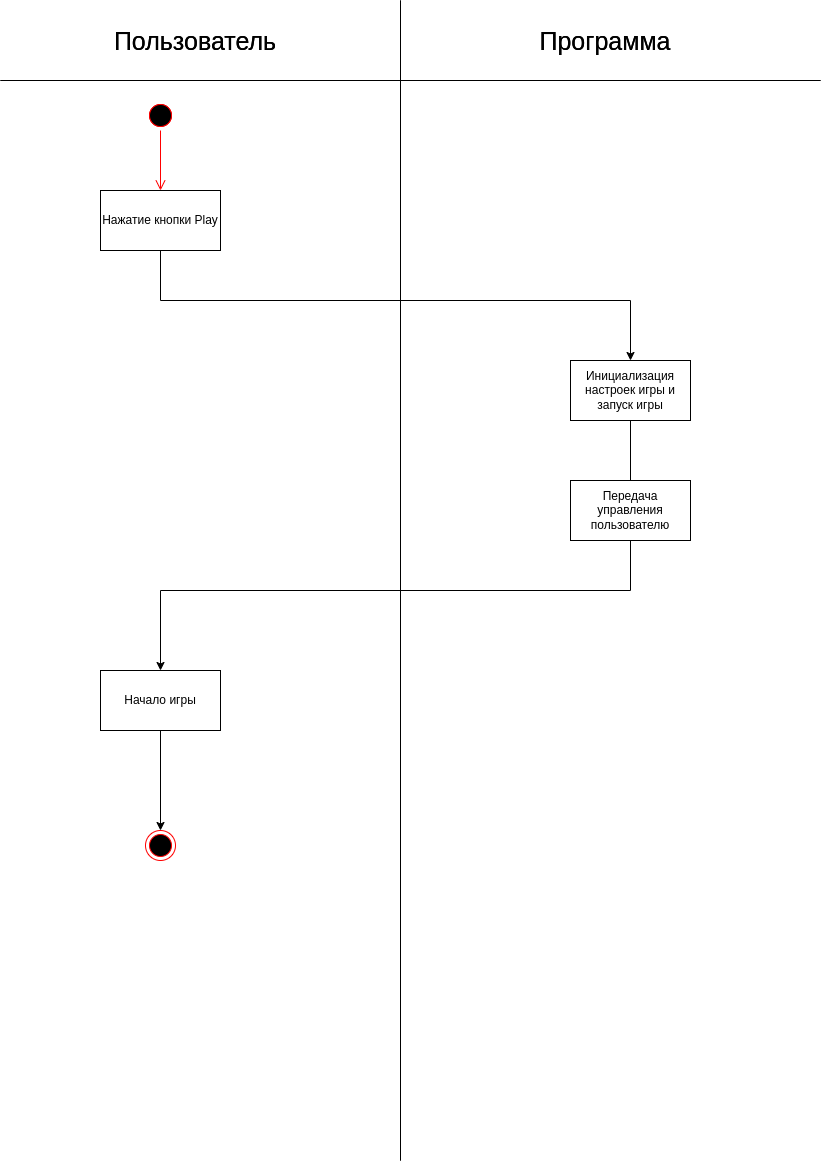
This is act_diagr/Start_Game.png from postavtezachet/TRIPTO2, a draw.io export, as it was before one commit. Source tidied: cells renumbered, new cells last; positions are measured from the earlier drawing's top-left corner, leaving out a move shared by most shapes. Its diagram source:
```xml
<mxGraphModel>
  <root>
    <mxCell id="0" />
    <mxCell id="1" parent="0" />
    <mxCell id="2" style="endArrow=none;html=1;" parent="1" edge="1">
      <mxGeometry relative="1" as="geometry">
        <mxPoint y="80" as="sourcePoint" />
        <mxPoint x="820" y="80" as="targetPoint" />
      </mxGeometry>
    </mxCell>
    <mxCell id="3" style="endArrow=none;html=1;" parent="1" edge="1">
      <mxGeometry relative="1" as="geometry">
        <mxPoint x="400" as="sourcePoint" />
        <mxPoint x="400" y="1160" as="targetPoint" />
      </mxGeometry>
    </mxCell>
    <mxCell id="4" value="&lt;font style=&quot;font-size: 25px&quot;&gt;Пользователь&lt;/font&gt;" style="text;html=1;strokeColor=none;fillColor=none;align=center;verticalAlign=middle;whiteSpace=wrap;rounded=0;" parent="1" vertex="1">
      <mxGeometry width="390" height="80" as="geometry" />
    </mxCell>
    <mxCell id="5" value="&lt;font style=&quot;font-size: 25px&quot;&gt;Программа&lt;/font&gt;" style="text;html=1;strokeColor=none;fillColor=none;align=center;verticalAlign=middle;whiteSpace=wrap;rounded=0;" parent="1" vertex="1">
      <mxGeometry x="410" width="390" height="80" as="geometry" />
    </mxCell>
    <mxCell id="6" value="Нажатие кнопки Play" style="rounded=0;whiteSpace=wrap;html=1;" parent="1" vertex="1">
      <mxGeometry x="100" y="190" width="120" height="60" as="geometry" />
    </mxCell>
    <mxCell id="7" style="endArrow=none;html=1;entryX=0.5;entryY=1;entryDx=0;entryDy=0;" parent="1" edge="1" target="6">
      <mxGeometry relative="1" as="geometry">
        <mxPoint x="160" y="300" as="sourcePoint" />
      </mxGeometry>
    </mxCell>
    <mxCell id="8" style="endArrow=none;html=1;" parent="1" edge="1">
      <mxGeometry relative="1" as="geometry">
        <mxPoint x="160" y="300" as="sourcePoint" />
        <mxPoint x="630" y="300" as="targetPoint" />
      </mxGeometry>
    </mxCell>
    <mxCell id="9" value="Инициализация настроек игры и запуск игры" style="rounded=0;whiteSpace=wrap;html=1;fillColor=none;" parent="1" vertex="1">
      <mxGeometry x="570" y="360" width="120" height="60" as="geometry" />
    </mxCell>
    <mxCell id="10" style="endArrow=classic;html=1;entryX=0.5;entryY=0;entryDx=0;entryDy=0;" parent="1" edge="1" target="9">
      <mxGeometry relative="1" as="geometry">
        <mxPoint x="630" y="300" as="sourcePoint" />
      </mxGeometry>
    </mxCell>
    <mxCell id="11" style="endArrow=none;html=1;entryX=0.5;entryY=1;entryDx=0;entryDy=0;" parent="1" edge="1" target="9">
      <mxGeometry relative="1" as="geometry">
        <mxPoint x="630" y="480" as="sourcePoint" />
      </mxGeometry>
    </mxCell>
    <mxCell id="12" value="Начало игры" style="rounded=0;whiteSpace=wrap;html=1;" parent="1" vertex="1">
      <mxGeometry x="100" y="670" width="120" height="60" as="geometry" />
    </mxCell>
    <mxCell id="13" value="Передача управления пользователю" style="rounded=0;whiteSpace=wrap;html=1;fillColor=none;" parent="1" vertex="1">
      <mxGeometry x="570" y="480" width="120" height="60" as="geometry" />
    </mxCell>
    <mxCell id="14" style="endArrow=none;html=1;entryX=0.5;entryY=1;entryDx=0;entryDy=0;" parent="1" edge="1" target="13">
      <mxGeometry relative="1" as="geometry">
        <mxPoint x="630" y="590" as="sourcePoint" />
      </mxGeometry>
    </mxCell>
    <mxCell id="15" style="endArrow=none;html=1;" parent="1" edge="1">
      <mxGeometry relative="1" as="geometry">
        <mxPoint x="160" y="590" as="sourcePoint" />
        <mxPoint x="630" y="590" as="targetPoint" />
      </mxGeometry>
    </mxCell>
    <mxCell id="16" style="endArrow=classic;html=1;entryX=0.5;entryY=0;entryDx=0;entryDy=0;" parent="1" edge="1" target="12">
      <mxGeometry relative="1" as="geometry">
        <mxPoint x="160" y="590" as="sourcePoint" />
      </mxGeometry>
    </mxCell>
    <mxCell id="17" style="endArrow=classic;html=1;exitX=0.5;exitY=1;exitDx=0;exitDy=0;entryX=0.5;entryY=0;entryDx=0;entryDy=0;" parent="1" edge="1" source="12">
      <mxGeometry relative="1" as="geometry">
        <mxPoint x="160" y="830" as="targetPoint" />
      </mxGeometry>
    </mxCell>
    <mxCell id="18" style="ellipse;html=1;shape=startState;fillColor=#000000;strokeColor=#ff0000;" parent="1" vertex="1">
      <mxGeometry x="145" y="100" width="30" height="30" as="geometry" />
    </mxCell>
    <mxCell id="19" style="edgeStyle=orthogonalEdgeStyle;html=1;verticalAlign=bottom;endArrow=open;endSize=8;strokeColor=#ff0000;" parent="1" edge="1" source="18">
      <mxGeometry relative="1" as="geometry">
        <mxPoint x="160" y="190" as="targetPoint" />
      </mxGeometry>
    </mxCell>
    <mxCell id="20" style="ellipse;html=1;shape=endState;fillColor=#000000;strokeColor=#ff0000;" parent="1" vertex="1">
      <mxGeometry x="145" y="830" width="30" height="30" as="geometry" />
    </mxCell>
    <mxCell id="21" style="endArrow=none;html=1;" parent="1" edge="1">
      <mxGeometry relative="1" as="geometry">
        <mxPoint y="80" as="sourcePoint" />
        <mxPoint x="820" y="80" as="targetPoint" />
      </mxGeometry>
    </mxCell>
    <mxCell id="22" value="&lt;font style=&quot;font-size: 25px&quot;&gt;Пользователь&lt;/font&gt;" style="text;html=1;strokeColor=none;fillColor=none;align=center;verticalAlign=middle;whiteSpace=wrap;rounded=0;" parent="1" vertex="1">
      <mxGeometry width="390" height="80" as="geometry" />
    </mxCell>
    <mxCell id="23" value="&lt;font style=&quot;font-size: 25px&quot;&gt;Программа&lt;/font&gt;" style="text;html=1;strokeColor=none;fillColor=none;align=center;verticalAlign=middle;whiteSpace=wrap;rounded=0;" parent="1" vertex="1">
      <mxGeometry x="410" width="390" height="80" as="geometry" />
    </mxCell>
    <mxCell id="24" style="endArrow=none;html=1;" parent="1" edge="1">
      <mxGeometry relative="1" as="geometry">
        <mxPoint x="400" as="sourcePoint" />
        <mxPoint x="400" y="1160" as="targetPoint" />
      </mxGeometry>
    </mxCell>
    <mxCell id="25" style="ellipse;html=1;shape=startState;fillColor=#000000;strokeColor=#ff0000;" parent="1" vertex="1">
      <mxGeometry x="145" y="100" width="30" height="30" as="geometry" />
    </mxCell>
  </root>
</mxGraphModel>
```
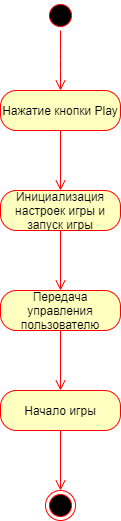
Later version of the same file.

Change to the diagram source:
```diff
@@ -2,109 +2,52 @@
   <root>
     <mxCell id="0" />
     <mxCell id="1" parent="0" />
-    <mxCell id="2" style="endArrow=none;html=1;" parent="1" edge="1">
-      <mxGeometry relative="1" as="geometry">
-        <mxPoint y="80" as="sourcePoint" />
-        <mxPoint x="820" y="80" as="targetPoint" />
-      </mxGeometry>
-    </mxCell>
-    <mxCell id="3" style="endArrow=none;html=1;" parent="1" edge="1">
-      <mxGeometry relative="1" as="geometry">
-        <mxPoint x="400" as="sourcePoint" />
-        <mxPoint x="400" y="1160" as="targetPoint" />
-      </mxGeometry>
-    </mxCell>
-    <mxCell id="4" value="&lt;font style=&quot;font-size: 25px&quot;&gt;Пользователь&lt;/font&gt;" style="text;html=1;strokeColor=none;fillColor=none;align=center;verticalAlign=middle;whiteSpace=wrap;rounded=0;" parent="1" vertex="1">
-      <mxGeometry width="390" height="80" as="geometry" />
-    </mxCell>
-    <mxCell id="5" value="&lt;font style=&quot;font-size: 25px&quot;&gt;Программа&lt;/font&gt;" style="text;html=1;strokeColor=none;fillColor=none;align=center;verticalAlign=middle;whiteSpace=wrap;rounded=0;" parent="1" vertex="1">
-      <mxGeometry x="410" width="390" height="80" as="geometry" />
-    </mxCell>
+    <mxCell id="26" style="ellipse;html=1;shape=startState;fillColor=#000000;strokeColor=#ff0000;" parent="1" vertex="1">
+      <mxGeometry x="384" y="70" width="30" height="30" as="geometry" />
+    </mxCell>
+    <mxCell id="27" style="edgeStyle=orthogonalEdgeStyle;html=1;verticalAlign=bottom;endArrow=open;endSize=8;strokeColor=#ff0000;" parent="1" edge="1" source="26">
+      <mxGeometry relative="1" as="geometry">
+        <mxPoint x="399" y="160" as="targetPoint" />
+        <Array as="points">
+          <mxPoint x="399" y="130" />
+          <mxPoint x="399" y="130" />
+        </Array>
+      </mxGeometry>
+    </mxCell>
-    <mxCell id="6" value="Нажатие кнопки Play" style="rounded=0;whiteSpace=wrap;html=1;" parent="1" vertex="1">
-      <mxGeometry x="100" y="190" width="120" height="60" as="geometry" />
+    <mxCell id="6" value="Нажатие кнопки Play" style="rounded=1;whiteSpace=wrap;html=1;arcSize=40;fontColor=#000000;fillColor=#ffffc0;strokeColor=#ff0000;" parent="1" vertex="1">
+      <mxGeometry x="339" y="160" width="120" height="40" as="geometry" />
     </mxCell>
-    <mxCell id="7" style="endArrow=none;html=1;entryX=0.5;entryY=1;entryDx=0;entryDy=0;" parent="1" edge="1" target="6">
-      <mxGeometry relative="1" as="geometry">
-        <mxPoint x="160" y="300" as="sourcePoint" />
-      </mxGeometry>
-    </mxCell>
-    <mxCell id="8" style="endArrow=none;html=1;" parent="1" edge="1">
-      <mxGeometry relative="1" as="geometry">
-        <mxPoint x="160" y="300" as="sourcePoint" />
-        <mxPoint x="630" y="300" as="targetPoint" />
-      </mxGeometry>
-    </mxCell>
+    <mxCell id="28" style="edgeStyle=orthogonalEdgeStyle;html=1;verticalAlign=bottom;endArrow=open;endSize=8;strokeColor=#ff0000;" parent="1" edge="1" source="6">
+      <mxGeometry relative="1" as="geometry">
+        <mxPoint x="399" y="260" as="targetPoint" />
+      </mxGeometry>
+    </mxCell>
-    <mxCell id="9" value="Инициализация настроек игры и запуск игры" style="rounded=0;whiteSpace=wrap;html=1;fillColor=none;" parent="1" vertex="1">
-      <mxGeometry x="570" y="360" width="120" height="60" as="geometry" />
+    <mxCell id="9" value="Инициализация настроек игры и запуск игры" style="rounded=1;whiteSpace=wrap;html=1;arcSize=40;fontColor=#000000;fillColor=#ffffc0;strokeColor=#ff0000;" parent="1" vertex="1">
+      <mxGeometry x="339" y="260" width="120" height="40" as="geometry" />
     </mxCell>
-    <mxCell id="10" style="endArrow=classic;html=1;entryX=0.5;entryY=0;entryDx=0;entryDy=0;" parent="1" edge="1" target="9">
-      <mxGeometry relative="1" as="geometry">
-        <mxPoint x="630" y="300" as="sourcePoint" />
-      </mxGeometry>
-    </mxCell>
-    <mxCell id="11" style="endArrow=none;html=1;entryX=0.5;entryY=1;entryDx=0;entryDy=0;" parent="1" edge="1" target="9">
-      <mxGeometry relative="1" as="geometry">
-        <mxPoint x="630" y="480" as="sourcePoint" />
-      </mxGeometry>
-    </mxCell>
+    <mxCell id="29" style="edgeStyle=orthogonalEdgeStyle;html=1;verticalAlign=bottom;endArrow=open;endSize=8;strokeColor=#ff0000;" parent="1" edge="1" source="9">
+      <mxGeometry relative="1" as="geometry">
+        <mxPoint x="399" y="360" as="targetPoint" />
+      </mxGeometry>
+    </mxCell>
+    <mxCell id="13" value="Передача управления пользователю" style="rounded=1;whiteSpace=wrap;html=1;arcSize=40;fontColor=#000000;fillColor=#ffffc0;strokeColor=#ff0000;" parent="1" vertex="1">
+      <mxGeometry x="339" y="360" width="120" height="40" as="geometry" />
+    </mxCell>
+    <mxCell id="30" style="edgeStyle=orthogonalEdgeStyle;html=1;verticalAlign=bottom;endArrow=open;endSize=8;strokeColor=#ff0000;" parent="1" edge="1" source="13">
+      <mxGeometry relative="1" as="geometry">
+        <mxPoint x="399" y="460" as="targetPoint" />
+      </mxGeometry>
+    </mxCell>
-    <mxCell id="12" value="Начало игры" style="rounded=0;whiteSpace=wrap;html=1;" parent="1" vertex="1">
-      <mxGeometry x="100" y="670" width="120" height="60" as="geometry" />
+    <mxCell id="12" value="Начало игры" style="rounded=1;whiteSpace=wrap;html=1;arcSize=40;fontColor=#000000;fillColor=#ffffc0;strokeColor=#ff0000;" parent="1" vertex="1">
+      <mxGeometry x="339" y="460" width="120" height="40" as="geometry" />
     </mxCell>
-    <mxCell id="13" value="Передача управления пользователю" style="rounded=0;whiteSpace=wrap;html=1;fillColor=none;" parent="1" vertex="1">
-      <mxGeometry x="570" y="480" width="120" height="60" as="geometry" />
-    </mxCell>
-    <mxCell id="14" style="endArrow=none;html=1;entryX=0.5;entryY=1;entryDx=0;entryDy=0;" parent="1" edge="1" target="13">
-      <mxGeometry relative="1" as="geometry">
-        <mxPoint x="630" y="590" as="sourcePoint" />
-      </mxGeometry>
-    </mxCell>
-    <mxCell id="15" style="endArrow=none;html=1;" parent="1" edge="1">
-      <mxGeometry relative="1" as="geometry">
-        <mxPoint x="160" y="590" as="sourcePoint" />
-        <mxPoint x="630" y="590" as="targetPoint" />
-      </mxGeometry>
-    </mxCell>
-    <mxCell id="16" style="endArrow=classic;html=1;entryX=0.5;entryY=0;entryDx=0;entryDy=0;" parent="1" edge="1" target="12">
-      <mxGeometry relative="1" as="geometry">
-        <mxPoint x="160" y="590" as="sourcePoint" />
-      </mxGeometry>
-    </mxCell>
-    <mxCell id="17" style="endArrow=classic;html=1;exitX=0.5;exitY=1;exitDx=0;exitDy=0;entryX=0.5;entryY=0;entryDx=0;entryDy=0;" parent="1" edge="1" source="12">
-      <mxGeometry relative="1" as="geometry">
-        <mxPoint x="160" y="830" as="targetPoint" />
-      </mxGeometry>
-    </mxCell>
-    <mxCell id="18" style="ellipse;html=1;shape=startState;fillColor=#000000;strokeColor=#ff0000;" parent="1" vertex="1">
-      <mxGeometry x="145" y="100" width="30" height="30" as="geometry" />
-    </mxCell>
-    <mxCell id="19" style="edgeStyle=orthogonalEdgeStyle;html=1;verticalAlign=bottom;endArrow=open;endSize=8;strokeColor=#ff0000;" parent="1" edge="1" source="18">
-      <mxGeometry relative="1" as="geometry">
-        <mxPoint x="160" y="190" as="targetPoint" />
-      </mxGeometry>
-    </mxCell>
-    <mxCell id="20" style="ellipse;html=1;shape=endState;fillColor=#000000;strokeColor=#ff0000;" parent="1" vertex="1">
-      <mxGeometry x="145" y="830" width="30" height="30" as="geometry" />
-    </mxCell>
-    <mxCell id="21" style="endArrow=none;html=1;" parent="1" edge="1">
-      <mxGeometry relative="1" as="geometry">
-        <mxPoint y="80" as="sourcePoint" />
-        <mxPoint x="820" y="80" as="targetPoint" />
-      </mxGeometry>
-    </mxCell>
-    <mxCell id="22" value="&lt;font style=&quot;font-size: 25px&quot;&gt;Пользователь&lt;/font&gt;" style="text;html=1;strokeColor=none;fillColor=none;align=center;verticalAlign=middle;whiteSpace=wrap;rounded=0;" parent="1" vertex="1">
-      <mxGeometry width="390" height="80" as="geometry" />
-    </mxCell>
-    <mxCell id="23" value="&lt;font style=&quot;font-size: 25px&quot;&gt;Программа&lt;/font&gt;" style="text;html=1;strokeColor=none;fillColor=none;align=center;verticalAlign=middle;whiteSpace=wrap;rounded=0;" parent="1" vertex="1">
-      <mxGeometry x="410" width="390" height="80" as="geometry" />
-    </mxCell>
-    <mxCell id="24" style="endArrow=none;html=1;" parent="1" edge="1">
-      <mxGeometry relative="1" as="geometry">
-        <mxPoint x="400" as="sourcePoint" />
-        <mxPoint x="400" y="1160" as="targetPoint" />
-      </mxGeometry>
-    </mxCell>
-    <mxCell id="25" style="ellipse;html=1;shape=startState;fillColor=#000000;strokeColor=#ff0000;" parent="1" vertex="1">
-      <mxGeometry x="145" y="100" width="30" height="30" as="geometry" />
-    </mxCell>
+    <mxCell id="31" style="edgeStyle=orthogonalEdgeStyle;html=1;verticalAlign=bottom;endArrow=open;endSize=8;strokeColor=#ff0000;" parent="1" edge="1" source="12">
+      <mxGeometry relative="1" as="geometry">
+        <mxPoint x="399" y="560" as="targetPoint" />
+      </mxGeometry>
+    </mxCell>
+    <mxCell id="32" style="ellipse;html=1;shape=endState;fillColor=#000000;strokeColor=#ff0000;" parent="1" vertex="1">
+      <mxGeometry x="384" y="560" width="30" height="30" as="geometry" />
+    </mxCell>
   </root>
 </mxGraphModel>
```
